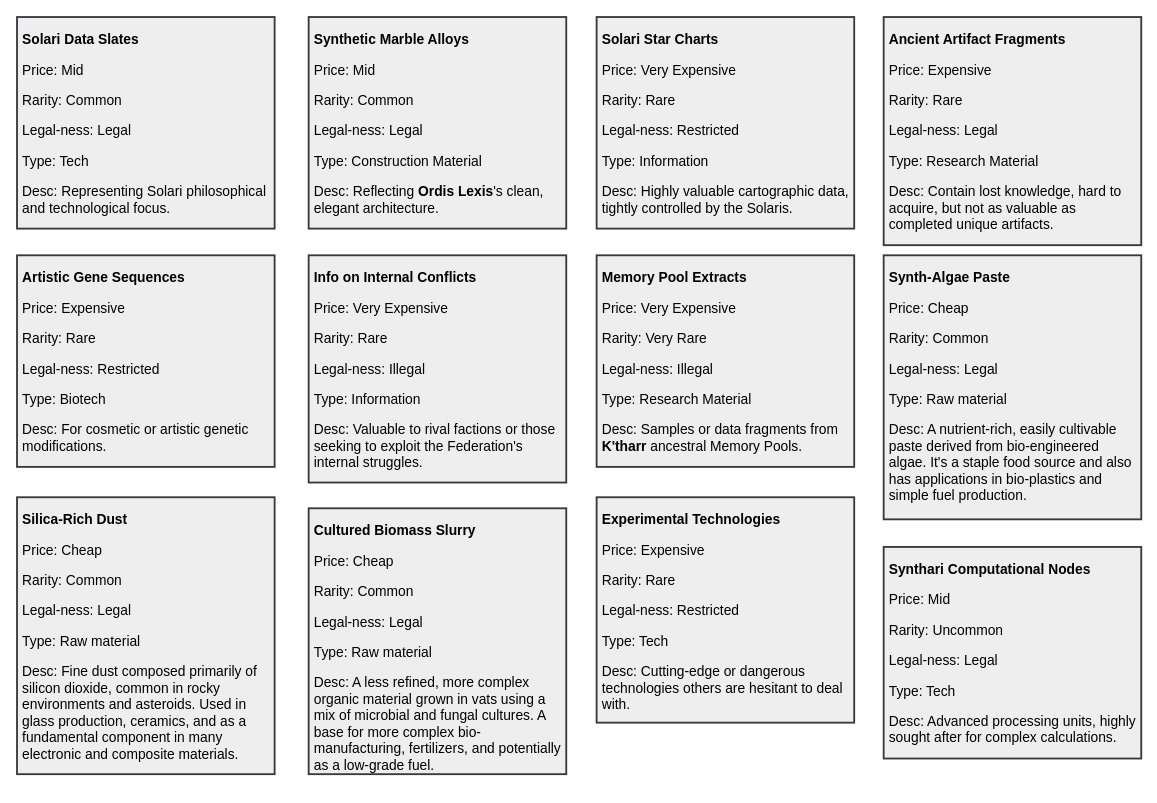
Before: page "Goods" (4 of 4) of designs/narrative texts.drawio in eerieA/game-nexarion, a draw.io diagram. Source tidied: cells renumbered, new cells numbered last; positions are measured from the earlier drawing's top-left corner, leaving out a move shared by most shapes. Both pictures are drawn from the tidied source at 92%, with x=0, y=0 at pixel (17, 17).
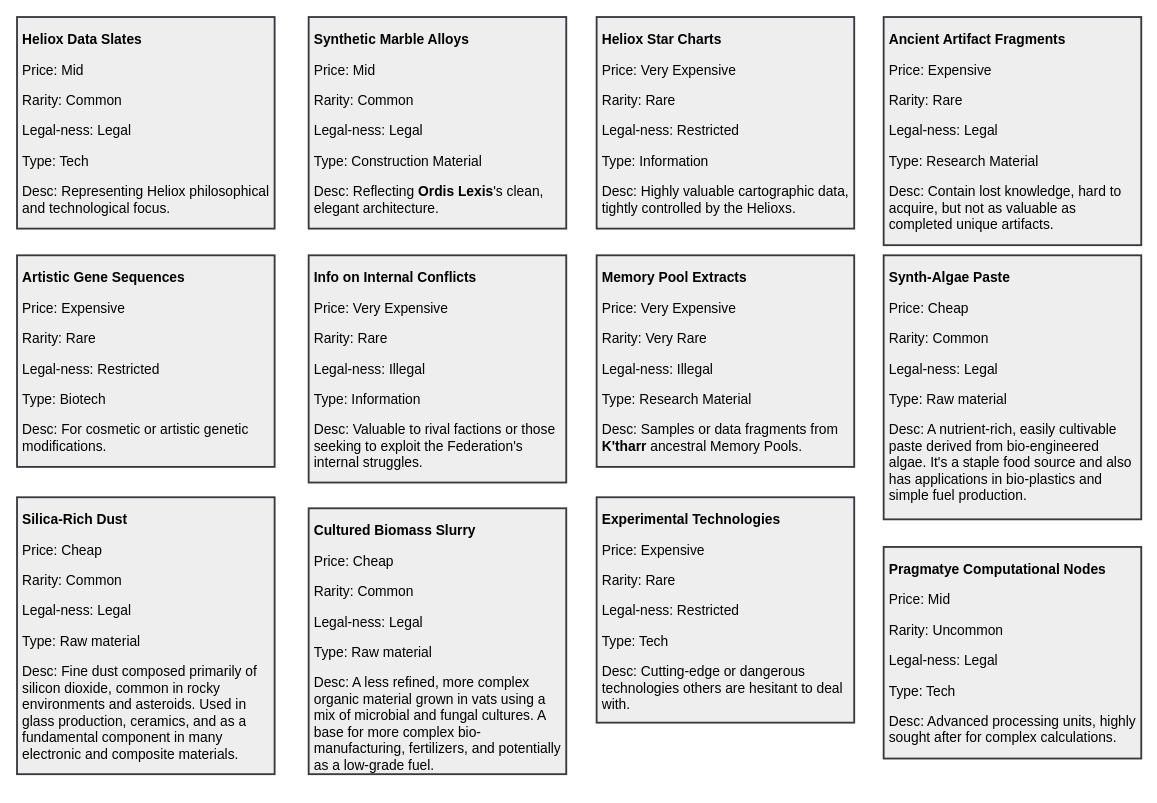
After the change.

The edit, as a diff of the source:
```diff
@@
 <mxGraphModel>
   <root>
     <mxCell id="0" />
     <mxCell id="1" parent="0" />
-    <mxCell id="2" value="&lt;p&gt;&lt;strong&gt;Solari Data Slates&lt;/strong&gt;&lt;/p&gt;&lt;p&gt;Price: Mid&lt;/p&gt;&lt;p&gt;Rarity: Common&lt;/p&gt;&lt;p&gt;Legal-ness: Legal&lt;/p&gt;&lt;p&gt;Type: Tech&lt;/p&gt;&lt;p&gt;Desc: Representing Solari philosophical and technological focus.&lt;/p&gt;" style="rounded=0;whiteSpace=wrap;html=1;fillColor=#eeeeee;strokeColor=#36393d;align=left;fontSize=15;verticalAlign=top;labelBackgroundColor=none;spacing=6;spacingTop=-10;strokeWidth=2;" parent="1" vertex="1">
+    <mxCell id="2" value="&lt;p&gt;&lt;strong&gt;Heliox Data Slates&lt;/strong&gt;&lt;/p&gt;&lt;p&gt;Price: Mid&lt;/p&gt;&lt;p&gt;Rarity: Common&lt;/p&gt;&lt;p&gt;Legal-ness: Legal&lt;/p&gt;&lt;p&gt;Type: Tech&lt;/p&gt;&lt;p&gt;Desc: Representing Heliox philosophical and technological focus.&lt;/p&gt;" style="rounded=0;whiteSpace=wrap;html=1;fillColor=#eeeeee;strokeColor=#36393d;align=left;fontSize=15;verticalAlign=top;labelBackgroundColor=none;spacing=6;spacingTop=-10;strokeWidth=2;" parent="1" vertex="1">
       <mxGeometry width="280" height="230" as="geometry" />
     </mxCell>
     <mxCell id="3" value="&lt;p&gt;&lt;strong&gt;Synthetic Marble Alloys&lt;/strong&gt;&lt;/p&gt;&lt;p&gt;Price: Mid&lt;/p&gt;&lt;p&gt;Rarity: Common&lt;/p&gt;&lt;p&gt;Legal-ness: Legal&lt;/p&gt;&lt;p&gt;Type: Construction Material&lt;/p&gt;&lt;p&gt;Desc: Reflecting &lt;strong&gt;Ordis Lexis&lt;/strong&gt;'s clean, elegant architecture.&lt;/p&gt;" style="rounded=0;whiteSpace=wrap;html=1;fillColor=#eeeeee;strokeColor=#36393d;align=left;fontSize=15;verticalAlign=top;labelBackgroundColor=none;spacing=6;spacingTop=-10;strokeWidth=2;" parent="1" vertex="1">
       <mxGeometry x="317" width="280" height="230" as="geometry" />
     </mxCell>
-    <mxCell id="4" value="&lt;p&gt;&lt;strong&gt;Solari Star Charts&lt;/strong&gt;&lt;/p&gt;&lt;p&gt;Price: Very Expensive&lt;/p&gt;&lt;p&gt;Rarity: Rare&lt;/p&gt;&lt;p&gt;Legal-ness: Restricted&lt;/p&gt;&lt;p&gt;Type: Information&lt;/p&gt;&lt;p&gt;Desc: Highly valuable cartographic data, tightly controlled by the Solaris.&lt;/p&gt;" style="rounded=0;whiteSpace=wrap;html=1;fillColor=#eeeeee;strokeColor=#36393d;align=left;fontSize=15;verticalAlign=top;labelBackgroundColor=none;spacing=6;spacingTop=-10;strokeWidth=2;" parent="1" vertex="1">
+    <mxCell id="4" value="&lt;p&gt;&lt;strong&gt;Heliox Star Charts&lt;/strong&gt;&lt;/p&gt;&lt;p&gt;Price: Very Expensive&lt;/p&gt;&lt;p&gt;Rarity: Rare&lt;/p&gt;&lt;p&gt;Legal-ness: Restricted&lt;/p&gt;&lt;p&gt;Type: Information&lt;/p&gt;&lt;p&gt;Desc: Highly valuable cartographic data, tightly controlled by the Helioxs.&lt;/p&gt;" style="rounded=0;whiteSpace=wrap;html=1;fillColor=#eeeeee;strokeColor=#36393d;align=left;fontSize=15;verticalAlign=top;labelBackgroundColor=none;spacing=6;spacingTop=-10;strokeWidth=2;" parent="1" vertex="1">
       <mxGeometry x="630" width="280" height="230" as="geometry" />
     </mxCell>
     <mxCell id="5" value="&lt;p&gt;&lt;strong&gt;Ancient Artifact Fragments&lt;/strong&gt;&lt;/p&gt;&lt;p&gt;Price: Expensive&lt;/p&gt;&lt;p&gt;Rarity: Rare&lt;/p&gt;&lt;p&gt;Legal-ness: Legal&lt;/p&gt;&lt;p&gt;Type: Research Material&lt;/p&gt;&lt;p&gt;Desc: Contain lost knowledge, hard to acquire, but not as valuable as completed unique artifacts.&lt;/p&gt;" style="rounded=0;whiteSpace=wrap;html=1;fillColor=#eeeeee;strokeColor=#36393d;align=left;fontSize=15;verticalAlign=top;labelBackgroundColor=none;spacing=6;spacingTop=-10;strokeWidth=2;" parent="1" vertex="1">
       <mxGeometry x="942" width="280" height="248" as="geometry" />
     </mxCell>
     <mxCell id="6" value="&lt;p&gt;&lt;strong&gt;Artistic Gene Sequences&lt;/strong&gt;&lt;/p&gt;&lt;p&gt;Price: Expensive&lt;/p&gt;&lt;p&gt;Rarity: Rare&lt;/p&gt;&lt;p&gt;Legal-ness: Restricted&lt;/p&gt;&lt;p&gt;Type: Biotech&lt;/p&gt;&lt;p&gt;Desc: For cosmetic or artistic genetic modifications.&lt;/p&gt;" style="rounded=0;whiteSpace=wrap;html=1;fillColor=#eeeeee;strokeColor=#36393d;align=left;fontSize=15;verticalAlign=top;labelBackgroundColor=none;spacing=6;spacingTop=-10;strokeWidth=2;" parent="1" vertex="1">
       <mxGeometry y="259" width="280" height="230" as="geometry" />
     </mxCell>
     <mxCell id="7" value="&lt;p&gt;&lt;strong&gt;Info on Internal Conflicts&lt;/strong&gt;&lt;/p&gt;&lt;p&gt;Price: Very Expensive&lt;/p&gt;&lt;p&gt;Rarity: Rare&lt;/p&gt;&lt;p&gt;Legal-ness: Illegal&lt;/p&gt;&lt;p&gt;Type: Information&lt;/p&gt;&lt;p&gt;Desc: Valuable to rival factions or those seeking to exploit the Federation's internal struggles.&lt;/p&gt;" style="rounded=0;whiteSpace=wrap;html=1;fillColor=#eeeeee;strokeColor=#36393d;align=left;fontSize=15;verticalAlign=top;labelBackgroundColor=none;spacing=6;spacingTop=-10;strokeWidth=2;" parent="1" vertex="1">
       <mxGeometry x="317" y="259" width="280" height="247" as="geometry" />
     </mxCell>
     <mxCell id="8" value="&lt;p&gt;&lt;strong&gt;Memory Pool Extracts&lt;/strong&gt;&lt;/p&gt;&lt;p&gt;Price: Very Expensive&lt;/p&gt;&lt;p&gt;Rarity: Very Rare&lt;/p&gt;&lt;p&gt;Legal-ness: Illegal&lt;/p&gt;&lt;p&gt;Type: Research Material&lt;/p&gt;&lt;p&gt;Desc: Samples or data fragments from &lt;strong&gt;K'tharr&lt;/strong&gt; ancestral Memory Pools.&lt;/p&gt;" style="rounded=0;whiteSpace=wrap;html=1;fillColor=#eeeeee;strokeColor=#36393d;align=left;fontSize=15;verticalAlign=top;labelBackgroundColor=none;spacing=6;spacingTop=-10;strokeWidth=2;" parent="1" vertex="1">
       <mxGeometry x="630" y="259" width="280" height="230" as="geometry" />
     </mxCell>
     <mxCell id="9" value="&lt;p&gt;&lt;strong&gt;Synth-Algae Paste&lt;/strong&gt;&lt;/p&gt;&lt;p&gt;Price: Cheap&lt;/p&gt;&lt;p&gt;Rarity: Common&lt;/p&gt;&lt;p&gt;Legal-ness: Legal&lt;/p&gt;&lt;p&gt;Type: Raw material&lt;/p&gt;&lt;p&gt;Desc: A nutrient-rich, easily cultivable paste derived from bio-engineered algae. It's a staple food source and also has applications in bio-plastics and simple fuel production.&lt;/p&gt;" style="rounded=0;whiteSpace=wrap;html=1;fillColor=#eeeeee;strokeColor=#36393d;align=left;fontSize=15;verticalAlign=top;labelBackgroundColor=none;spacing=6;spacingTop=-10;strokeWidth=2;" parent="1" vertex="1">
       <mxGeometry x="942" y="259" width="280" height="287" as="geometry" />
     </mxCell>
     <mxCell id="10" value="&lt;p&gt;&lt;strong&gt;Silica-Rich Dust&lt;/strong&gt;&lt;/p&gt;&lt;p&gt;Price: Cheap&lt;/p&gt;&lt;p&gt;Rarity: Common&lt;/p&gt;&lt;p&gt;Legal-ness: Legal&lt;/p&gt;&lt;p&gt;Type: Raw material&lt;/p&gt;&lt;p&gt;Desc: Fine dust composed primarily of silicon dioxide, common in rocky environments and asteroids. Used in glass production, ceramics, and as a fundamental component in many electronic and composite materials.&lt;/p&gt;" style="rounded=0;whiteSpace=wrap;html=1;fillColor=#eeeeee;strokeColor=#36393d;align=left;fontSize=15;verticalAlign=top;labelBackgroundColor=none;spacing=6;spacingTop=-10;strokeWidth=2;" parent="1" vertex="1">
       <mxGeometry y="522" width="280" height="301" as="geometry" />
     </mxCell>
     <mxCell id="11" value="&lt;p&gt;&lt;strong&gt;Cultured Biomass Slurry&lt;/strong&gt;&lt;/p&gt;&lt;p&gt;Price: Cheap&lt;/p&gt;&lt;p&gt;Rarity: Common&lt;/p&gt;&lt;p&gt;Legal-ness: Legal&lt;/p&gt;&lt;p&gt;Type: Raw material&lt;/p&gt;&lt;p&gt;Desc: A less refined, more complex organic material grown in vats using a mix of microbial and fungal cultures. A base for more complex bio-manufacturing, fertilizers, and potentially as a low-grade fuel.&lt;/p&gt;" style="rounded=0;whiteSpace=wrap;html=1;fillColor=#eeeeee;strokeColor=#36393d;align=left;fontSize=15;verticalAlign=top;labelBackgroundColor=none;spacing=6;spacingTop=-10;strokeWidth=2;" parent="1" vertex="1">
       <mxGeometry x="317" y="534" width="280" height="289" as="geometry" />
     </mxCell>
     <mxCell id="12" value="&lt;p&gt;&lt;strong&gt;Experimental Technologies&lt;/strong&gt;&lt;/p&gt;&lt;p&gt;Price: Expensive&lt;/p&gt;&lt;p&gt;Rarity: Rare&lt;/p&gt;&lt;p&gt;Legal-ness: Restricted&lt;/p&gt;&lt;p&gt;Type: Tech&lt;/p&gt;&lt;p&gt;Desc: Cutting-edge or dangerous technologies others are hesitant to deal with.&lt;/p&gt;" style="rounded=0;whiteSpace=wrap;html=1;fillColor=#eeeeee;strokeColor=#36393d;align=left;fontSize=15;verticalAlign=top;labelBackgroundColor=none;spacing=6;spacingTop=-10;strokeWidth=2;" parent="1" vertex="1">
       <mxGeometry x="630" y="522" width="280" height="245" as="geometry" />
     </mxCell>
-    <mxCell id="13" value="&lt;p&gt;&lt;strong&gt;Synthari Computational Nodes&lt;/strong&gt;&lt;/p&gt;&lt;p&gt;Price: Mid&lt;/p&gt;&lt;p&gt;Rarity: Uncommon&lt;/p&gt;&lt;p&gt;Legal-ness: Legal&lt;/p&gt;&lt;p&gt;Type: Tech&lt;/p&gt;&lt;p&gt;Desc: Advanced processing units, highly sought after for complex calculations.&lt;/p&gt;" style="rounded=0;whiteSpace=wrap;html=1;fillColor=#eeeeee;strokeColor=#36393d;align=left;fontSize=15;verticalAlign=top;labelBackgroundColor=none;spacing=6;spacingTop=-10;strokeWidth=2;" parent="1" vertex="1">
+    <mxCell id="13" value="&lt;p&gt;&lt;strong&gt;Pragmatye Computational Nodes&lt;/strong&gt;&lt;/p&gt;&lt;p&gt;Price: Mid&lt;/p&gt;&lt;p&gt;Rarity: Uncommon&lt;/p&gt;&lt;p&gt;Legal-ness: Legal&lt;/p&gt;&lt;p&gt;Type: Tech&lt;/p&gt;&lt;p&gt;Desc: Advanced processing units, highly sought after for complex calculations.&lt;/p&gt;" style="rounded=0;whiteSpace=wrap;html=1;fillColor=#eeeeee;strokeColor=#36393d;align=left;fontSize=15;verticalAlign=top;labelBackgroundColor=none;spacing=6;spacingTop=-10;strokeWidth=2;" parent="1" vertex="1">
       <mxGeometry x="942" y="576" width="280" height="230" as="geometry" />
     </mxCell>
   </root>
 </mxGraphModel>
```
